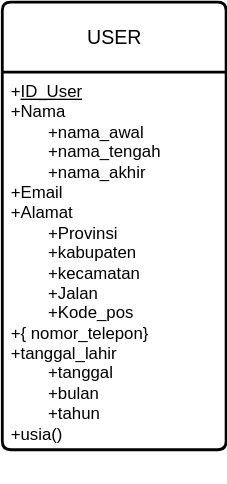
The draw.io diagram docs/erd.drawio.svg in ardiansyah-sweng/duweet, before a commit. Source tidied: cells renumbered, new cells last; positions are measured from the earlier drawing's top-left corner, leaving out a move shared by most shapes. Source of this version:
```xml
<mxGraphModel>
  <root>
    <mxCell id="0" />
    <mxCell id="1" parent="0" />
    <mxCell id="2" value="USER" style="swimlane;horizontal=1;startSize=50;rounded=1;fontSize=14;fontStyle=0;strokeWidth=2;shadow=0;dashed=0;align=center;arcSize=4;whiteSpace=wrap;html=1;" parent="1" vertex="1">
      <mxGeometry width="160" height="320" as="geometry" />
    </mxCell>
    <mxCell id="3" value="+&lt;u&gt;ID_User&lt;/u&gt;&lt;br&gt;+Nama&lt;div&gt;&lt;font color=&quot;#000000&quot;&gt;&lt;span style=&quot;white-space: pre;&quot;&gt;&#9;&lt;/span&gt;+nama_awal&lt;/font&gt;&lt;/div&gt;&lt;div&gt;&lt;font color=&quot;#000000&quot;&gt;&lt;span style=&quot;white-space: pre;&quot;&gt;&#9;&lt;/span&gt;+nama_tengah&lt;br&gt;&lt;/font&gt;&lt;/div&gt;&lt;div&gt;&lt;font color=&quot;#000000&quot;&gt;&lt;span style=&quot;white-space: pre;&quot;&gt;&#9;&lt;/span&gt;+nama_akhir&lt;/font&gt;&lt;/div&gt;&lt;div&gt;+Email&lt;div&gt;+Alamat&lt;/div&gt;&lt;div&gt;&lt;span style=&quot;white-space: pre;&quot;&gt;&#9;&lt;/span&gt;+Provinsi&lt;br&gt;&lt;/div&gt;&lt;div&gt;&lt;span style=&quot;white-space: pre;&quot;&gt;&#9;&lt;/span&gt;+kabupaten&lt;br&gt;&lt;/div&gt;&lt;div&gt;&lt;span style=&quot;white-space: pre;&quot;&gt;&#9;&lt;/span&gt;+kecamatan&lt;/div&gt;&lt;div&gt;&lt;span style=&quot;white-space: pre;&quot;&gt;&#9;&lt;/span&gt;+Jalan&lt;br&gt;&lt;/div&gt;&lt;div&gt;&lt;span style=&quot;white-space: pre;&quot;&gt;&#9;&lt;/span&gt;+Kode_pos&lt;br&gt;&lt;/div&gt;&lt;div&gt;+{ nomor_telepon}&lt;/div&gt;&lt;div&gt;+tanggal_lahir&lt;/div&gt;&lt;div&gt;&lt;span style=&quot;white-space: pre;&quot;&gt;&#9;&lt;/span&gt;+tanggal&lt;br&gt;&lt;/div&gt;&lt;div&gt;&lt;span style=&quot;white-space: pre;&quot;&gt;&#9;&lt;/span&gt;+bulan&lt;br&gt;&lt;/div&gt;&lt;div&gt;&lt;span style=&quot;white-space: pre;&quot;&gt;&#9;&lt;/span&gt;+tahun&lt;br&gt;&lt;/div&gt;&lt;div&gt;+usia()&lt;/div&gt;&lt;div&gt;&lt;br&gt;&lt;/div&gt;&lt;div&gt;&lt;br&gt;&lt;/div&gt;&lt;/div&gt;" style="align=left;strokeColor=none;fillColor=none;spacingLeft=4;fontSize=12;verticalAlign=top;html=1;" parent="2" vertex="1">
      <mxGeometry y="50" width="160" height="270" as="geometry" />
    </mxCell>
  </root>
</mxGraphModel>
```
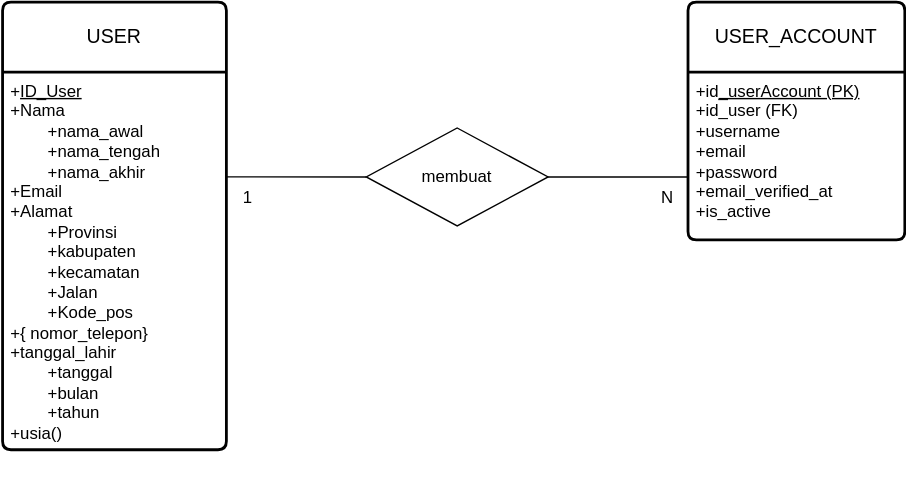
The same diagram one commit later.

Commit message:
Update ERD UserAccount (Zahra Salsabila)

Diff of the diagram source:
```diff
@@ -8,5 +8,31 @@
     <mxCell id="3" value="+&lt;u&gt;ID_User&lt;/u&gt;&lt;br&gt;+Nama&lt;div&gt;&lt;font color=&quot;#000000&quot;&gt;&lt;span style=&quot;white-space: pre;&quot;&gt;&#9;&lt;/span&gt;+nama_awal&lt;/font&gt;&lt;/div&gt;&lt;div&gt;&lt;font color=&quot;#000000&quot;&gt;&lt;span style=&quot;white-space: pre;&quot;&gt;&#9;&lt;/span&gt;+nama_tengah&lt;br&gt;&lt;/font&gt;&lt;/div&gt;&lt;div&gt;&lt;font color=&quot;#000000&quot;&gt;&lt;span style=&quot;white-space: pre;&quot;&gt;&#9;&lt;/span&gt;+nama_akhir&lt;/font&gt;&lt;/div&gt;&lt;div&gt;+Email&lt;div&gt;+Alamat&lt;/div&gt;&lt;div&gt;&lt;span style=&quot;white-space: pre;&quot;&gt;&#9;&lt;/span&gt;+Provinsi&lt;br&gt;&lt;/div&gt;&lt;div&gt;&lt;span style=&quot;white-space: pre;&quot;&gt;&#9;&lt;/span&gt;+kabupaten&lt;br&gt;&lt;/div&gt;&lt;div&gt;&lt;span style=&quot;white-space: pre;&quot;&gt;&#9;&lt;/span&gt;+kecamatan&lt;/div&gt;&lt;div&gt;&lt;span style=&quot;white-space: pre;&quot;&gt;&#9;&lt;/span&gt;+Jalan&lt;br&gt;&lt;/div&gt;&lt;div&gt;&lt;span style=&quot;white-space: pre;&quot;&gt;&#9;&lt;/span&gt;+Kode_pos&lt;br&gt;&lt;/div&gt;&lt;div&gt;+{ nomor_telepon}&lt;/div&gt;&lt;div&gt;+tanggal_lahir&lt;/div&gt;&lt;div&gt;&lt;span style=&quot;white-space: pre;&quot;&gt;&#9;&lt;/span&gt;+tanggal&lt;br&gt;&lt;/div&gt;&lt;div&gt;&lt;span style=&quot;white-space: pre;&quot;&gt;&#9;&lt;/span&gt;+bulan&lt;br&gt;&lt;/div&gt;&lt;div&gt;&lt;span style=&quot;white-space: pre;&quot;&gt;&#9;&lt;/span&gt;+tahun&lt;br&gt;&lt;/div&gt;&lt;div&gt;+usia()&lt;/div&gt;&lt;div&gt;&lt;br&gt;&lt;/div&gt;&lt;div&gt;&lt;br&gt;&lt;/div&gt;&lt;/div&gt;" style="align=left;strokeColor=none;fillColor=none;spacingLeft=4;fontSize=12;verticalAlign=top;html=1;" parent="2" vertex="1">
       <mxGeometry y="50" width="160" height="270" as="geometry" />
     </mxCell>
+    <mxCell id="4" style="edgeStyle=none;html=1;exitX=0;exitY=0.5;exitDx=0;exitDy=0;endArrow=none;endFill=0;" parent="1" edge="1" source="5">
+      <mxGeometry relative="1" as="geometry">
+        <mxPoint x="160" y="124.9" as="targetPoint" />
+      </mxGeometry>
+    </mxCell>
+    <mxCell id="5" value="membuat" style="rhombus;whiteSpace=wrap;html=1;" parent="1" vertex="1">
+      <mxGeometry x="260" y="90" width="130" height="70" as="geometry" />
+    </mxCell>
+    <mxCell id="6" value="USER_ACCOUNT" style="swimlane;horizontal=1;startSize=50;rounded=1;fontSize=14;fontStyle=0;strokeWidth=2;shadow=0;dashed=0;align=center;arcSize=4;whiteSpace=wrap;html=1;" parent="1" vertex="1">
+      <mxGeometry x="490" width="155" height="170" as="geometry" />
+    </mxCell>
+    <mxCell id="7" value="+id&lt;u style=&quot;scrollbar-color: light-dark(#e2e2e2, #4b4b4b)&lt;br/&gt;&#9;&#9;&#9;&#9;&#9;light-dark(#fbfbfb, var(--dark-panel-color));&quot;&gt;_userAccount (PK)&lt;/u&gt;&lt;br style=&quot;scrollbar-color: light-dark(#e2e2e2, #4b4b4b)&lt;br/&gt;&#9;&#9;&#9;&#9;&#9;light-dark(#fbfbfb, var(--dark-panel-color));&quot;&gt;+id_user (FK)&lt;div style=&quot;scrollbar-color: light-dark(#e2e2e2, #4b4b4b)&lt;br/&gt;&#9;&#9;&#9;&#9;&#9;light-dark(#fbfbfb, var(--dark-panel-color));&quot;&gt;+username&lt;/div&gt;&lt;div style=&quot;scrollbar-color: light-dark(#e2e2e2, #4b4b4b)&lt;br/&gt;&#9;&#9;&#9;&#9;&#9;light-dark(#fbfbfb, var(--dark-panel-color));&quot;&gt;+email&lt;/div&gt;&lt;div style=&quot;scrollbar-color: light-dark(#e2e2e2, #4b4b4b)&lt;br/&gt;&#9;&#9;&#9;&#9;&#9;light-dark(#fbfbfb, var(--dark-panel-color));&quot;&gt;+password&lt;div style=&quot;scrollbar-color: light-dark(#e2e2e2, #4b4b4b)&lt;br/&gt;&#9;&#9;&#9;&#9;&#9;light-dark(#fbfbfb, var(--dark-panel-color));&quot;&gt;+email_verified_at&lt;/div&gt;&lt;div style=&quot;scrollbar-color: light-dark(#e2e2e2, #4b4b4b)&lt;br/&gt;&#9;&#9;&#9;&#9;&#9;light-dark(#fbfbfb, var(--dark-panel-color));&quot;&gt;+is_active&lt;/div&gt;&lt;div style=&quot;scrollbar-color: light-dark(#e2e2e2, #4b4b4b)&lt;br/&gt;&#9;&#9;&#9;&#9;&#9;light-dark(#fbfbfb, var(--dark-panel-color));&quot;&gt;&lt;div&gt;&lt;br&gt;&lt;/div&gt;&lt;/div&gt;&lt;div style=&quot;scrollbar-color: light-dark(#e2e2e2, #4b4b4b)&lt;br/&gt;&#9;&#9;&#9;&#9;&#9;light-dark(#fbfbfb, var(--dark-panel-color));&quot;&gt;&lt;br&gt;&lt;/div&gt;&lt;div style=&quot;scrollbar-color: light-dark(#e2e2e2, #4b4b4b)&lt;br/&gt;&#9;&#9;&#9;&#9;&#9;light-dark(#fbfbfb, var(--dark-panel-color));&quot;&gt;&lt;br style=&quot;scrollbar-color: light-dark(#e2e2e2, #4b4b4b)&lt;br/&gt;&#9;&#9;&#9;&#9;&#9;light-dark(#fbfbfb, var(--dark-panel-color));&quot;&gt;&lt;/div&gt;&lt;div style=&quot;scrollbar-color: light-dark(#e2e2e2, #4b4b4b)&lt;br/&gt;&#9;&#9;&#9;&#9;&#9;light-dark(#fbfbfb, var(--dark-panel-color));&quot;&gt;&lt;br style=&quot;color: rgb(63, 63, 63); scrollbar-color: light-dark(#e2e2e2, #4b4b4b)&lt;br/&gt;&#9;&#9;&#9;&#9;&#9;light-dark(#fbfbfb, var(--dark-panel-color));&quot;&gt;&lt;/div&gt;&lt;/div&gt;" style="align=left;strokeColor=none;fillColor=none;spacingLeft=4;fontSize=12;verticalAlign=top;html=1;" parent="6" vertex="1">
+      <mxGeometry y="50" width="155" height="120" as="geometry" />
+    </mxCell>
+    <mxCell id="8" style="edgeStyle=none;html=1;exitX=0.5;exitY=1;exitDx=0;exitDy=0;" parent="6" edge="1" source="6" target="7">
+      <mxGeometry relative="1" as="geometry" />
+    </mxCell>
+    <mxCell id="9" style="edgeStyle=none;html=1;exitX=1;exitY=0.5;exitDx=0;exitDy=0;entryX=0;entryY=0.625;entryDx=0;entryDy=0;entryPerimeter=0;endArrow=none;endFill=0;" parent="1" edge="1" source="5" target="7">
+      <mxGeometry relative="1" as="geometry" />
+    </mxCell>
+    <mxCell id="10" value="1" style="text;html=1;align=center;verticalAlign=middle;strokeColor=none;fillColor=none;" parent="1" vertex="1">
+      <mxGeometry x="160" y="125" width="30" height="30" as="geometry" />
+    </mxCell>
+    <mxCell id="11" value="N" style="text;html=1;align=center;verticalAlign=middle;strokeColor=none;fillColor=none;" parent="1" vertex="1">
+      <mxGeometry x="460" y="125" width="30" height="30" as="geometry" />
+    </mxCell>
   </root>
 </mxGraphModel>
```
